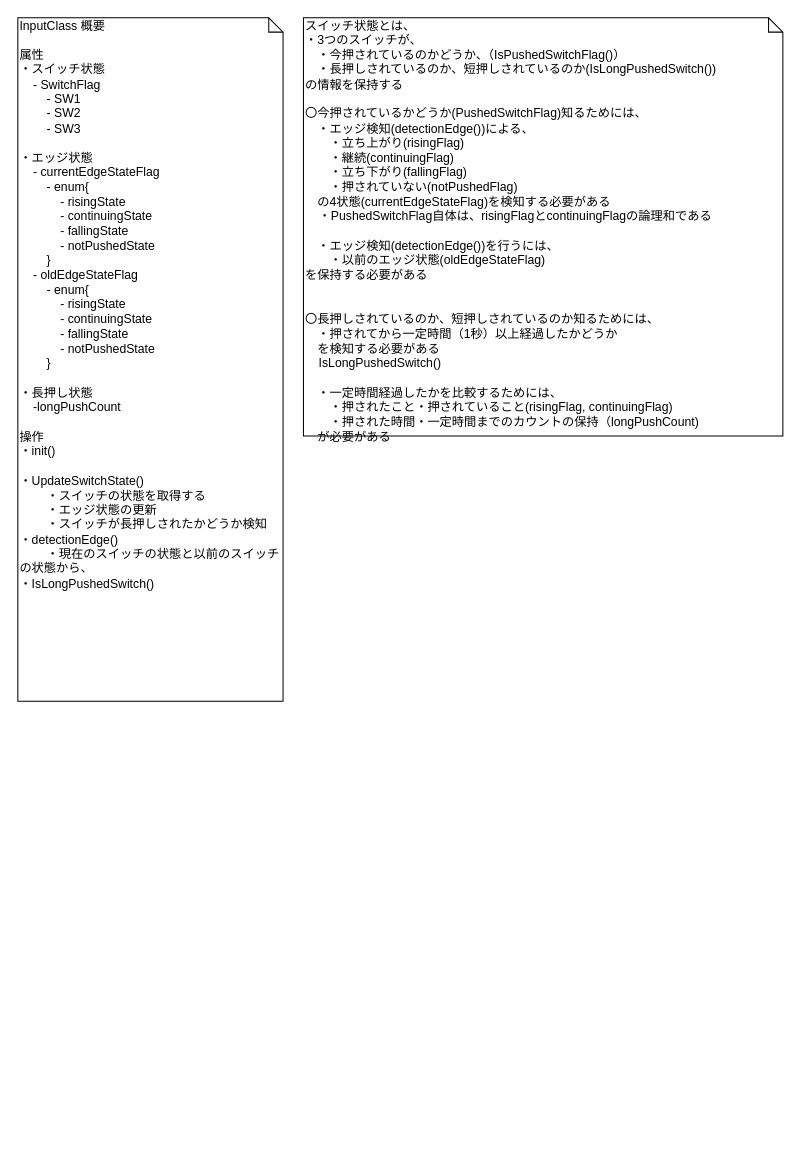
hakohumi/comp.Kitchen_Timer keeps this draw.io diagram as page "概要" (1 of 7) of 資料/設計/フローチャート/InputClass/flowchart_InputClass.drawio. Above is the earlier version. Source tidied: cells renumbered, new cells numbered last; positions are measured from the earlier drawing's top-left corner, leaving out a move shared by most shapes. Both pictures are drawn from the tidied source at 102%, with x=0, y=0 at pixel (17, 17).
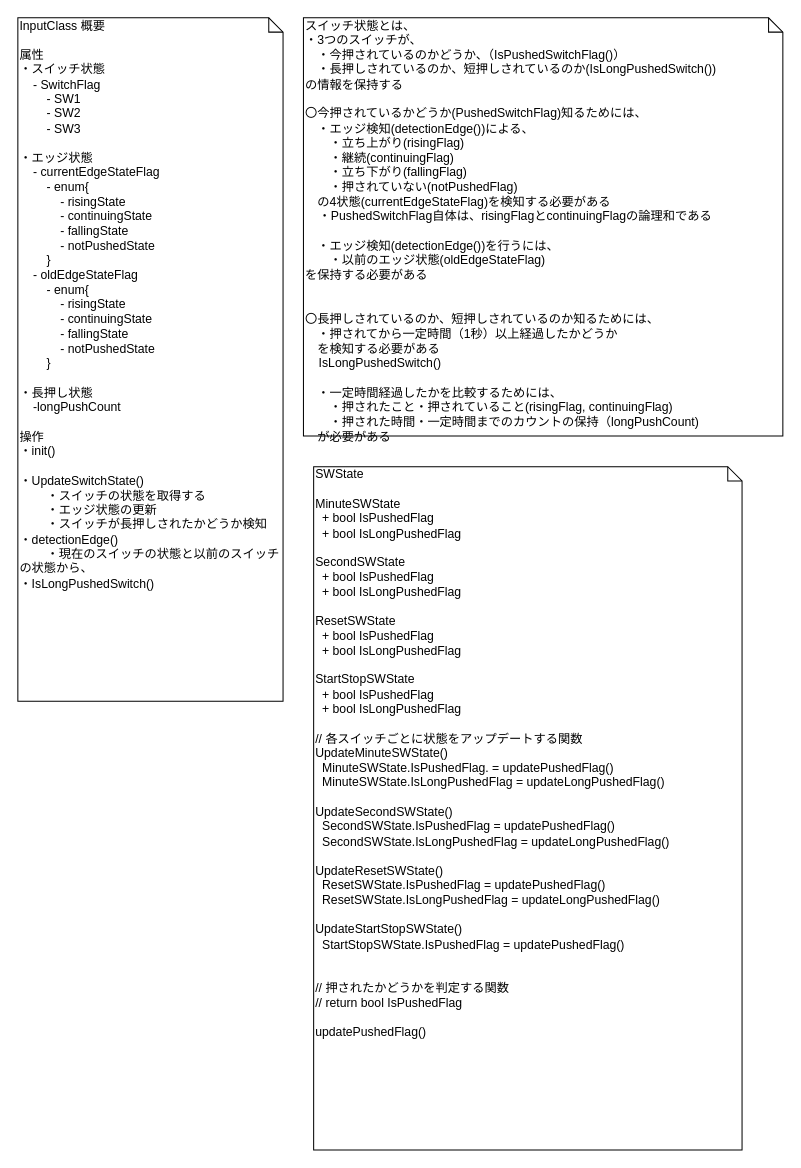
The same diagram, later.

Change to the diagram source:
```diff
@@
 <mxGraphModel>
   <root>
     <mxCell id="0" />
     <mxCell id="1" parent="0" />
     <mxCell id="2" value="InputClass 概要&lt;br&gt;&lt;br&gt;属性&lt;br&gt;・スイッチ状態&lt;br&gt;&amp;nbsp; &amp;nbsp; - SwitchFlag&lt;br&gt;&amp;nbsp; &amp;nbsp; &amp;nbsp; &amp;nbsp; - SW1&lt;br&gt;&amp;nbsp; &amp;nbsp; &amp;nbsp; &amp;nbsp; - SW2&lt;br&gt;&amp;nbsp; &amp;nbsp; &amp;nbsp; &amp;nbsp; - SW3&lt;br&gt;&lt;br&gt;・エッジ状態&lt;br&gt;&amp;nbsp; &amp;nbsp; - currentEdgeStateFlag&lt;br&gt;&amp;nbsp; &amp;nbsp; &amp;nbsp; &amp;nbsp; - enum{&lt;br&gt;&amp;nbsp; &amp;nbsp; &amp;nbsp; &amp;nbsp; &amp;nbsp; &amp;nbsp; - risingState&lt;br&gt;&amp;nbsp; &amp;nbsp; &amp;nbsp; &amp;nbsp; &amp;nbsp; &amp;nbsp; - continuingState&lt;br&gt;&amp;nbsp; &amp;nbsp; &amp;nbsp; &amp;nbsp; &amp;nbsp; &amp;nbsp; - fallingState&lt;br&gt;&amp;nbsp; &amp;nbsp; &amp;nbsp; &amp;nbsp; &amp;nbsp; &amp;nbsp; - notPushedState&lt;br&gt;&amp;nbsp; &amp;nbsp; &amp;nbsp; &amp;nbsp; }&lt;br&gt;&amp;nbsp; &amp;nbsp; - oldEdgeStateFlag&lt;br&gt;&amp;nbsp; &amp;nbsp; &amp;nbsp; &amp;nbsp; - enum{&lt;br&gt;&amp;nbsp; &amp;nbsp; &amp;nbsp; &amp;nbsp; &amp;nbsp; &amp;nbsp; - risingState&lt;br&gt;&amp;nbsp; &amp;nbsp; &amp;nbsp; &amp;nbsp; &amp;nbsp; &amp;nbsp; - continuingState&lt;br&gt;&amp;nbsp; &amp;nbsp; &amp;nbsp; &amp;nbsp; &amp;nbsp; &amp;nbsp; - fallingState&lt;br&gt;&amp;nbsp; &amp;nbsp; &amp;nbsp; &amp;nbsp; &amp;nbsp; &amp;nbsp; - notPushedState&lt;br&gt;&amp;nbsp; &amp;nbsp; &amp;nbsp; &amp;nbsp; }&lt;br&gt;&lt;br&gt;・長押し状態&lt;br&gt;&amp;nbsp; &amp;nbsp; -longPushCount&lt;br&gt;&lt;br&gt;操作&lt;br&gt;・init()&lt;br&gt;&lt;br&gt;・UpdateSwitchState()&lt;br&gt;&amp;nbsp; &amp;nbsp; &amp;nbsp; &amp;nbsp; ・スイッチの状態を取得する&lt;br&gt;&amp;nbsp; &amp;nbsp; &amp;nbsp; &amp;nbsp; ・エッジ状態の更新&lt;br&gt;&amp;nbsp; &amp;nbsp; &amp;nbsp; &amp;nbsp; ・スイッチが長押しされたかどうか検知&lt;br&gt;・detectionEdge()&lt;br&gt;&amp;nbsp; &amp;nbsp; &amp;nbsp; &amp;nbsp; ・現在のスイッチの状態と以前のスイッチの状態から、&lt;br&gt;・IsLongPushedSwitch()" style="shape=note;whiteSpace=wrap;html=1;size=14;verticalAlign=top;align=left;spacingTop=-6;" parent="1" vertex="1">
       <mxGeometry width="260" height="670" as="geometry" />
     </mxCell>
     <mxCell id="3" value="スイッチ状態とは、&lt;br&gt;・3つのスイッチが、&lt;br&gt;　・今押されているのかどうか、（IsPushedSwitchFlag()）&lt;br&gt;　・長押しされているのか、短押しされているのか(IsLongPushedSwitch())&lt;br&gt;の情報を保持する&lt;br&gt;&lt;br&gt;〇今押されているかどうか(PushedSwitchFlag)知るためには、&lt;br&gt;　・エッジ検知(detectionEdge())による、&lt;br&gt;　　・立ち上がり(risingFlag)&lt;br&gt;　　・継続(continuingFlag)&lt;br&gt;　　・立ち下がり(fallingFlag)&lt;br&gt;　　・押されていない(notPushedFlag)&lt;br&gt;　の4状態(currentEdgeStateFlag)を検知する必要がある&lt;br&gt;&amp;nbsp; &amp;nbsp; ・PushedSwitchFlag自体は、risingFlagとcontinuingFlagの論理和である&lt;br&gt;　&lt;br&gt;　・エッジ検知(detectionEdge())を行うには、&lt;br&gt;　　・以前のエッジ状態(oldEdgeStateFlag)&lt;br&gt;を保持する必要がある&lt;br&gt;&lt;br&gt;&lt;br&gt;〇長押しされているのか、短押しされているのか知るためには、&lt;br&gt;　・押されてから一定時間（1秒）以上経過したかどうか&lt;br&gt;　を検知する必要がある&lt;br&gt;&amp;nbsp; &amp;nbsp; IsLongPushedSwitch()&lt;br&gt;&lt;br&gt;　・一定時間経過したかを比較するためには、&lt;br&gt;　　・押されたこと・押されていること(risingFlag, continuingFlag)&lt;br&gt;　　・押された時間・一定時間までのカウントの保持（longPushCount)&lt;br&gt;　が必要がある" style="shape=note;whiteSpace=wrap;html=1;size=14;verticalAlign=top;align=left;spacingTop=-6;" parent="1" vertex="1">
       <mxGeometry x="280" width="470" height="410" as="geometry" />
     </mxCell>
+    <mxCell id="4" value="SWState&lt;br&gt;&lt;br&gt;MinuteSWState&lt;br&gt;&amp;nbsp; + bool IsPushedFlag&lt;br&gt;&amp;nbsp; + bool IsLongPushedFlag&lt;br&gt;&lt;br&gt;SecondSWState&lt;br&gt;&amp;nbsp; + bool IsPushedFlag&lt;br&gt;&amp;nbsp; + bool IsLongPushedFlag&lt;br&gt;&lt;br&gt;ResetSWState&lt;br&gt;&amp;nbsp; + bool IsPushedFlag&lt;br&gt;&amp;nbsp; + bool IsLongPushedFlag&lt;br&gt;&lt;br&gt;StartStopSWState&lt;br&gt;&amp;nbsp; + bool IsPushedFlag&lt;br&gt;&amp;nbsp; + bool IsLongPushedFlag&lt;br&gt;&lt;br&gt;// 各スイッチごとに状態をアップデートする関数&lt;br&gt;UpdateMinuteSWState()&lt;br&gt;&amp;nbsp; MinuteSWState.IsPushedFlag. = updatePushedFlag()&lt;br&gt;&amp;nbsp; MinuteSWState.IsLongPushedFlag = updateLongPushedFlag()&lt;br&gt;&lt;br&gt;UpdateSecondSWState()&lt;br&gt;&amp;nbsp; SecondSWState.IsPushedFlag = updatePushedFlag()&lt;br&gt;&amp;nbsp; SecondSWState.IsLongPushedFlag = updateLongPushedFlag()&lt;br&gt;&lt;br&gt;UpdateResetSWState()&lt;br&gt;&amp;nbsp; ResetSWState.IsPushedFlag = updatePushedFlag()&lt;br&gt;&amp;nbsp; ResetSWState.IsLongPushedFlag = updateLongPushedFlag()&lt;br&gt;&lt;br&gt;UpdateStartStopSWState()&lt;br&gt;&amp;nbsp; StartStopSWState.IsPushedFlag = updatePushedFlag()&lt;br&gt;&lt;br&gt;&lt;br&gt;// 押されたかどうかを判定する関数&lt;br&gt;// return bool IsPushedFlag&lt;br&gt;&lt;br&gt;updatePushedFlag()&lt;br&gt;&lt;br&gt;" style="shape=note;whiteSpace=wrap;html=1;size=14;verticalAlign=top;align=left;spacingTop=-6;" parent="1" vertex="1">
+      <mxGeometry x="290" y="440" width="420" height="670" as="geometry" />
+    </mxCell>
   </root>
 </mxGraphModel>
```
